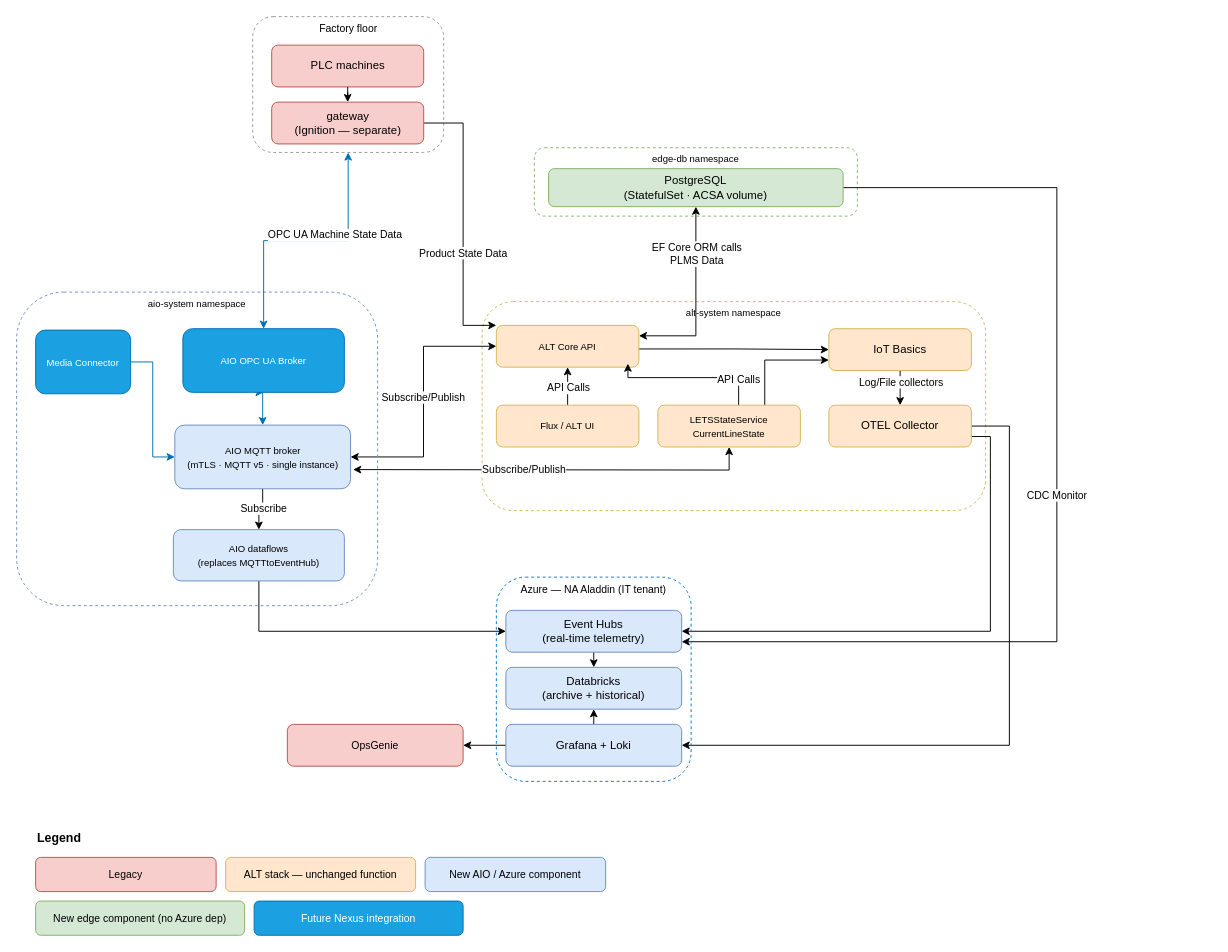
Above: page "Dataflow" (2 of 6) of aio/AIO.drawio in avinashr-insight/manufacturing-iot (draw.io), before the change. Source tidied: cells renumbered, new cells numbered last; positions are measured from the earlier drawing's top-left corner, leaving out a move shared by most shapes. Both pictures are drawn from the tidied source at 95%, with x=0, y=0 at pixel (16, 16).
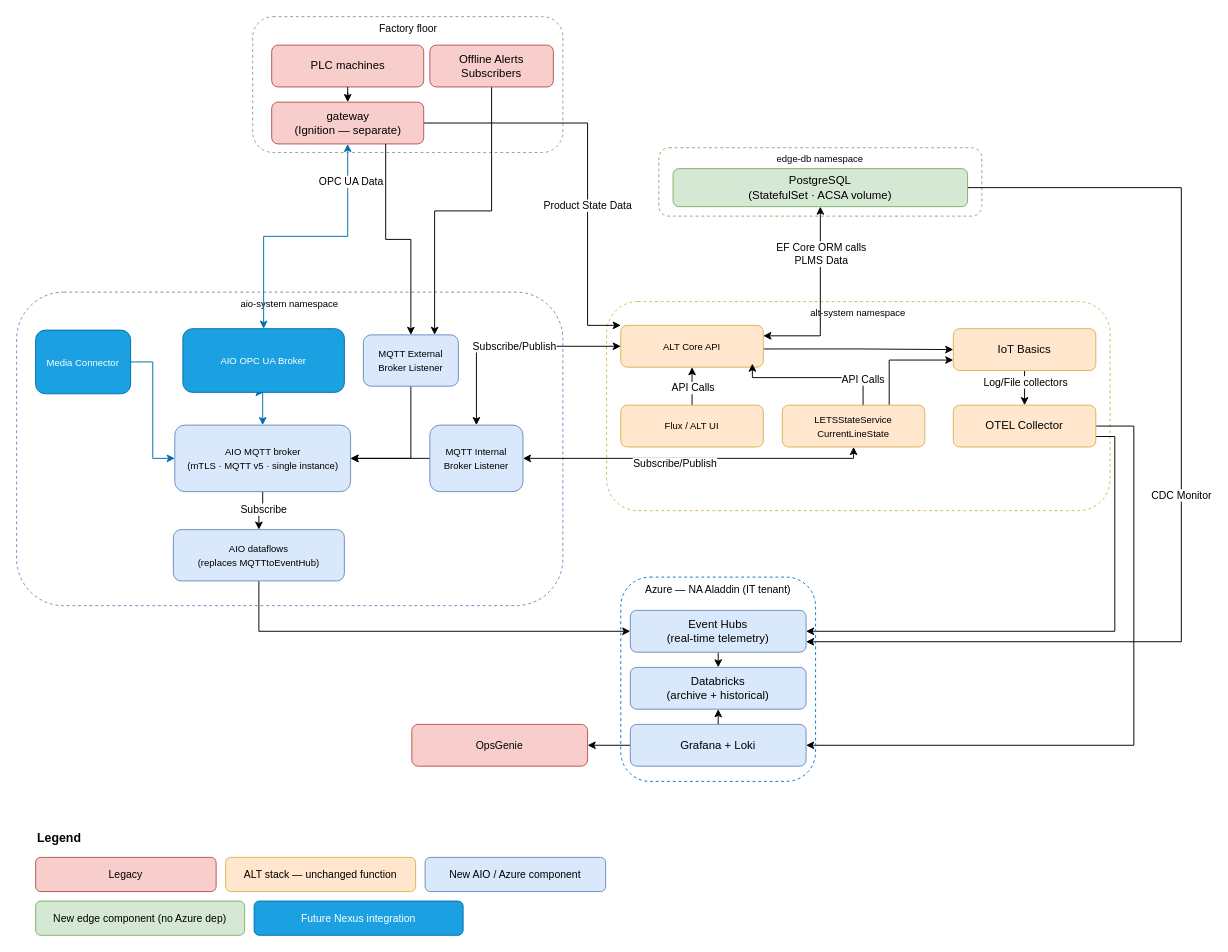
The same diagram, later.

Commit message (it also covers changes not shown here):
Added DevOps DB Schema Removed image watcher from DevOps stream Added Brokers/paths to MQTT

The change refers to these unchanged cells:
```xml
<mxCell id="29" value="&lt;span style=&quot;font-weight: normal;&quot;&gt;&lt;font style=&quot;font-size: 10px;&quot;&gt;AIO OPC UA Broker&lt;br&gt;&lt;/font&gt;&lt;/span&gt;" style="rounded=1;whiteSpace=wrap;html=1;fillColor=#1ba1e2;strokeColor=#006EAF;fontSize=12;fontStyle=1;fontColor=#ffffff;" parent="1" vertex="1">
  <mxGeometry x="175" y="328.5" width="170" height="67" as="geometry" />
</mxCell>
<mxCell id="36" value="gateway&lt;br&gt;(Ignition — separate)" style="rounded=1;whiteSpace=wrap;html=1;fillColor=#f8cecc;strokeColor=#b85450;fontSize=12;" parent="1" vertex="1">
  <mxGeometry x="268.5" y="90" width="160" height="44" as="geometry" />
</mxCell>
```

What changed in the source:
```diff
@@
     <mxCell id="2" value="edge-db namespace" style="rounded=1;whiteSpace=wrap;html=1;fillColor=none;strokeColor=#82b366;dashed=1;fontSize=10;verticalAlign=top;strokeWidth=1;" parent="1" vertex="1">
-      <mxGeometry x="545" y="138" width="340" height="72" as="geometry" />
+      <mxGeometry x="676" y="138" width="340" height="72" as="geometry" />
     </mxCell>
     <mxCell id="3" value="alt-system namespace" style="rounded=1;whiteSpace=wrap;html=1;fillColor=none;strokeColor=#d6b656;dashed=1;fontSize=10;verticalAlign=top;strokeWidth=1;" parent="1" vertex="1">
-      <mxGeometry x="490" y="300" width="530" height="220" as="geometry" />
+      <mxGeometry x="621" y="300" width="530" height="220" as="geometry" />
     </mxCell>
-    <mxCell id="4" style="edgeStyle=orthogonalEdgeStyle;rounded=0;jettySize=auto;html=1;exitX=0;exitY=0.5;exitDx=0;exitDy=0;entryX=1;entryY=0.5;entryDx=0;entryDy=0;startArrow=classic;startFill=1;" parent="1" edge="1" source="9" target="25">
+    <mxCell id="4" style="edgeStyle=orthogonalEdgeStyle;rounded=0;jettySize=auto;html=1;exitX=0;exitY=0.5;exitDx=0;exitDy=0;entryX=0.5;entryY=0;entryDx=0;entryDy=0;startArrow=classic;startFill=1;" parent="1" edge="1" source="9" target="60">
       <mxGeometry relative="1" as="geometry" />
     </mxCell>
@@
     <mxCell id="9" value="&lt;font style=&quot;font-size: 10px;&quot;&gt;ALT Core API&lt;/font&gt;" style="rounded=1;whiteSpace=wrap;html=1;fillColor=#ffe6cc;strokeColor=#d6b656;fontSize=12;" parent="1" vertex="1">
-      <mxGeometry x="505" y="325" width="150" height="44" as="geometry" />
+      <mxGeometry x="636" y="325" width="150" height="44" as="geometry" />
     </mxCell>
@@
     <mxCell id="12" value="&lt;font style=&quot;font-size: 10px;&quot;&gt;Flux / ALT UI&lt;/font&gt;" style="rounded=1;whiteSpace=wrap;html=1;fillColor=#ffe6cc;strokeColor=#d6b656;fontSize=12;" parent="1" vertex="1">
-      <mxGeometry x="505" y="409" width="150" height="44" as="geometry" />
+      <mxGeometry x="636" y="409" width="150" height="44" as="geometry" />
     </mxCell>
     <mxCell id="13" style="edgeStyle=orthogonalEdgeStyle;rounded=0;jettySize=auto;html=1;exitX=0;exitY=0.25;exitDx=0;exitDy=0;entryX=0.923;entryY=0.915;entryDx=0;entryDy=0;entryPerimeter=0;" parent="1" edge="1" source="16" target="9">
       <mxGeometry relative="1" as="geometry">
         <Array as="points">
-          <mxPoint x="760" y="420" />
-          <mxPoint x="760" y="380" />
-          <mxPoint x="643" y="380" />
+          <mxPoint x="891" y="420" />
+          <mxPoint x="891" y="380" />
+          <mxPoint x="774" y="380" />
         </Array>
       </mxGeometry>
     </mxCell>
@@
     <mxCell id="16" value="&lt;font style=&quot;font-size: 10px;&quot;&gt;LETSStateService&lt;br&gt;CurrentLineState&lt;/font&gt;" style="rounded=1;whiteSpace=wrap;html=1;fillColor=#ffe6cc;strokeColor=#d6b656;fontSize=12;" parent="1" vertex="1">
-      <mxGeometry x="675" y="409" width="150" height="44" as="geometry" />
+      <mxGeometry x="806" y="409" width="150" height="44" as="geometry" />
     </mxCell>
@@
     <mxCell id="18" style="edgeStyle=orthogonalEdgeStyle;rounded=0;jettySize=auto;html=1;exitX=1;exitY=0.5;exitDx=0;exitDy=0;entryX=1;entryY=0.5;entryDx=0;entryDy=0;" parent="1" edge="1" source="19" target="44">
       <mxGeometry relative="1" as="geometry">
         <Array as="points">
-          <mxPoint x="1045" y="431" />
-          <mxPoint x="1045" y="767" />
+          <mxPoint x="1176" y="431" />
+          <mxPoint x="1176" y="767" />
         </Array>
       </mxGeometry>
     </mxCell>
     <mxCell id="19" value="OTEL Collector" style="rounded=1;whiteSpace=wrap;html=1;fillColor=#ffe6cc;strokeColor=#d6b656;fontSize=12;" parent="1" vertex="1">
-      <mxGeometry x="855" y="409" width="150" height="44" as="geometry" />
+      <mxGeometry x="986" y="409" width="150" height="44" as="geometry" />
     </mxCell>
     <mxCell id="20" value="CDC Monitor" style="edgeStyle=orthogonalEdgeStyle;rounded=0;jettySize=auto;html=1;exitX=1;exitY=0.5;exitDx=0;exitDy=0;entryX=1;entryY=0.75;entryDx=0;entryDy=0;" parent="1" edge="1" source="21" target="40">
       <mxGeometry relative="1" as="geometry">
         <Array as="points">
-          <mxPoint x="1095" y="180" />
-          <mxPoint x="1095" y="658" />
+          <mxPoint x="1226" y="180" />
+          <mxPoint x="1226" y="658" />
         </Array>
       </mxGeometry>
     </mxCell>
     <mxCell id="21" value="PostgreSQL&lt;br&gt;(StatefulSet · ACSA volume)" style="rounded=1;whiteSpace=wrap;html=1;fillColor=#d5e8d4;strokeColor=#82b366;fontSize=12;" parent="1" vertex="1">
-      <mxGeometry x="560" y="160" width="310" height="40" as="geometry" />
+      <mxGeometry x="691" y="160" width="310" height="40" as="geometry" />
     </mxCell>
     <mxCell id="22" value="aio-system namespace" style="rounded=1;whiteSpace=wrap;html=1;fillColor=none;strokeColor=#6c8ebf;dashed=1;fontSize=10;verticalAlign=top;strokeWidth=1;" parent="1" vertex="1">
-      <mxGeometry y="290" width="380" height="330" as="geometry" />
+      <mxGeometry y="290" width="575" height="330" as="geometry" />
     </mxCell>
@@
     <mxCell id="25" value="&lt;span style=&quot;font-weight: normal;&quot;&gt;&lt;font style=&quot;font-size: 10px;&quot;&gt;AIO MQTT broker&lt;br&gt;(mTLS · MQTT v5 · single instance)&lt;/font&gt;&lt;/span&gt;" style="rounded=1;whiteSpace=wrap;html=1;fillColor=#dae8fc;strokeColor=#6c8ebf;fontSize=12;fontStyle=1;" parent="1" vertex="1">
-      <mxGeometry x="166.5" y="430" width="185" height="67" as="geometry" />
+      <mxGeometry x="166.5" y="430" width="185" height="70" as="geometry" />
     </mxCell>
@@
-    <mxCell id="30" style="edgeStyle=orthogonalEdgeStyle;rounded=0;jettySize=auto;html=1;exitX=0.5;exitY=1;exitDx=0;exitDy=0;startArrow=classic;startFill=1;fillColor=#1ba1e2;strokeColor=#006EAF;" parent="1" edge="1" source="32" target="29">
+    <mxCell id="30" style="edgeStyle=orthogonalEdgeStyle;rounded=0;jettySize=auto;html=1;exitX=0.5;exitY=1;exitDx=0;exitDy=0;startArrow=classic;startFill=1;fillColor=#1ba1e2;strokeColor=#006EAF;" parent="1" edge="1" source="36" target="29">
       <mxGeometry relative="1" as="geometry" />
     </mxCell>
-    <mxCell id="31" value="OPC UA Machine State Data" style="edgeLabel;html=1;align=center;verticalAlign=middle;" parent="30" vertex="1">
+    <mxCell id="31" value="OPC UA Data" style="edgeLabel;html=1;align=center;verticalAlign=middle;" parent="30" vertex="1">
       <mxGeometry x="-0.37" y="-1" relative="1" as="geometry">
-        <mxPoint x="-14" as="offset" />
+        <mxPoint x="4" y="-50" as="offset" />
       </mxGeometry>
     </mxCell>
     <mxCell id="32" value="Factory floor" style="rounded=1;whiteSpace=wrap;html=1;fillColor=none;strokeColor=#999999;dashed=1;fontSize=11;verticalAlign=top;strokeWidth=1;" parent="1" vertex="1">
-      <mxGeometry x="248.5" width="201" height="143" as="geometry" />
+      <mxGeometry x="248.5" width="326.5" height="143" as="geometry" />
     </mxCell>
@@
     <mxCell id="34" style="edgeStyle=orthogonalEdgeStyle;rounded=0;jettySize=auto;html=1;exitX=1;exitY=0.5;exitDx=0;exitDy=0;entryX=0;entryY=0;entryDx=0;entryDy=0;" parent="1" edge="1" source="36" target="9">
       <mxGeometry relative="1" as="geometry">
         <Array as="points">
-          <mxPoint x="470" y="112" />
-          <mxPoint x="470" y="325" />
+          <mxPoint x="601" y="112" />
+          <mxPoint x="601" y="325" />
         </Array>
       </mxGeometry>
     </mxCell>
@@
     <mxCell id="38" value="Azure — NA Aladdin (IT tenant)" style="rounded=1;whiteSpace=wrap;html=1;fillColor=none;strokeColor=#0078d4;dashed=1;fontSize=11;verticalAlign=top;strokeWidth=1;" parent="1" vertex="1">
-      <mxGeometry x="505" y="590" width="205" height="215" as="geometry" />
+      <mxGeometry x="636" y="590" width="205" height="215" as="geometry" />
     </mxCell>
@@
     <mxCell id="40" value="Event Hubs&#10;(real-time telemetry)" style="rounded=1;whiteSpace=wrap;html=1;fillColor=#dae8fc;strokeColor=#6c8ebf;fontSize=12;" parent="1" vertex="1">
-      <mxGeometry x="515" y="625" width="185" height="44" as="geometry" />
+      <mxGeometry x="646" y="625" width="185" height="44" as="geometry" />
     </mxCell>
     <mxCell id="41" value="Databricks&lt;br&gt;(archive + historical)" style="rounded=1;whiteSpace=wrap;html=1;fillColor=#dae8fc;strokeColor=#6c8ebf;fontSize=12;" parent="1" vertex="1">
-      <mxGeometry x="515" y="685" width="185" height="44" as="geometry" />
+      <mxGeometry x="646" y="685" width="185" height="44" as="geometry" />
     </mxCell>
@@
     <mxCell id="44" value="Grafana + Loki" style="rounded=1;whiteSpace=wrap;html=1;fillColor=#dae8fc;strokeColor=#6c8ebf;fontSize=12;" parent="1" vertex="1">
-      <mxGeometry x="515" y="745" width="185" height="44" as="geometry" />
+      <mxGeometry x="646" y="745" width="185" height="44" as="geometry" />
     </mxCell>
@@
-    <mxCell id="51" style="edgeStyle=orthogonalEdgeStyle;rounded=0;jettySize=auto;html=1;exitX=1;exitY=0.75;exitDx=0;exitDy=0;startArrow=classic;startFill=1;" parent="1" edge="1" target="16">
+    <mxCell id="51" style="edgeStyle=orthogonalEdgeStyle;rounded=0;jettySize=auto;html=1;exitX=1;exitY=0.5;exitDx=0;exitDy=0;startArrow=classic;startFill=1;entryX=0.5;entryY=1;entryDx=0;entryDy=0;" parent="1" edge="1" source="60" target="16">
       <mxGeometry relative="1" as="geometry">
-        <mxPoint x="354.2" y="476.8" as="sourcePoint" />
+        <Array as="points">
+          <mxPoint x="881" y="465" />
+        </Array>
       </mxGeometry>
     </mxCell>
     <mxCell id="52" value="Subscribe/Publish" style="edgeLabel;html=1;align=center;verticalAlign=middle;" parent="51" vertex="1">
-      <mxGeometry x="-0.15" y="1" relative="1" as="geometry" />
+      <mxGeometry x="-0.15" y="1" relative="1" as="geometry">
+        <mxPoint x="6" y="6" as="offset" />
+      </mxGeometry>
     </mxCell>
@@
     <mxCell id="57" value="IoT Basics" style="rounded=1;whiteSpace=wrap;html=1;fillColor=#ffe6cc;strokeColor=#d6b656;fontSize=12;" parent="1" vertex="1">
-      <mxGeometry x="855" y="328.5" width="150" height="44" as="geometry" />
+      <mxGeometry x="986" y="328.5" width="150" height="44" as="geometry" />
     </mxCell>
     <mxCell id="58" value="OpsGenie" style="rounded=1;whiteSpace=wrap;html=1;fillColor=#f8cecc;strokeColor=#b85450;fontSize=11;align=center;verticalAlign=middle;fontFamily=Helvetica;fontColor=default;" parent="1" vertex="1">
-      <mxGeometry x="285" y="745" width="185" height="44" as="geometry" />
+      <mxGeometry x="416" y="745" width="185" height="44" as="geometry" />
     </mxCell>
+    <mxCell id="59" style="edgeStyle=orthogonalEdgeStyle;rounded=0;jettySize=auto;html=1;exitX=0;exitY=0.5;exitDx=0;exitDy=0;entryX=1;entryY=0.5;entryDx=0;entryDy=0;" parent="1" edge="1" source="60" target="25">
+      <mxGeometry relative="1" as="geometry" />
+    </mxCell>
+    <mxCell id="60" value="&lt;span style=&quot;font-size: 10px; font-weight: 400;&quot;&gt;MQTT Internal Broker Listener&lt;/span&gt;" style="rounded=1;whiteSpace=wrap;html=1;fillColor=#dae8fc;strokeColor=#6c8ebf;fontSize=12;fontStyle=1;" parent="1" vertex="1">
+      <mxGeometry x="435" y="430" width="98" height="70" as="geometry" />
+    </mxCell>
+    <mxCell id="61" style="edgeStyle=orthogonalEdgeStyle;rounded=0;jettySize=auto;html=1;exitX=0.5;exitY=0;exitDx=0;exitDy=0;entryX=0.75;entryY=1;entryDx=0;entryDy=0;startArrow=classic;startFill=1;endArrow=none;endFill=0;" parent="1" edge="1" source="63" target="36">
+      <mxGeometry relative="1" as="geometry" />
+    </mxCell>
+    <mxCell id="62" style="edgeStyle=orthogonalEdgeStyle;rounded=0;jettySize=auto;html=1;exitX=0.5;exitY=1;exitDx=0;exitDy=0;entryX=1;entryY=0.5;entryDx=0;entryDy=0;" parent="1" edge="1" source="63" target="25">
+      <mxGeometry relative="1" as="geometry" />
+    </mxCell>
+    <mxCell id="63" value="&lt;span style=&quot;font-size: 10px; font-weight: 400;&quot;&gt;MQTT External Broker Listener&lt;/span&gt;" style="rounded=1;whiteSpace=wrap;html=1;fillColor=#dae8fc;strokeColor=#6c8ebf;fontSize=12;fontStyle=1;" parent="1" vertex="1">
+      <mxGeometry x="365" y="335" width="100" height="54" as="geometry" />
+    </mxCell>
+    <mxCell id="64" style="edgeStyle=orthogonalEdgeStyle;rounded=0;jettySize=auto;html=1;exitX=0.5;exitY=1;exitDx=0;exitDy=0;entryX=0.75;entryY=0;entryDx=0;entryDy=0;" parent="1" edge="1" source="65" target="63">
+      <mxGeometry relative="1" as="geometry" />
+    </mxCell>
+    <mxCell id="65" value="Offline Alerts Subscribers" style="rounded=1;whiteSpace=wrap;html=1;fillColor=#f8cecc;strokeColor=#b85450;fontSize=12;" parent="1" vertex="1">
+      <mxGeometry x="435" y="30" width="130" height="44" as="geometry" />
+    </mxCell>
```
